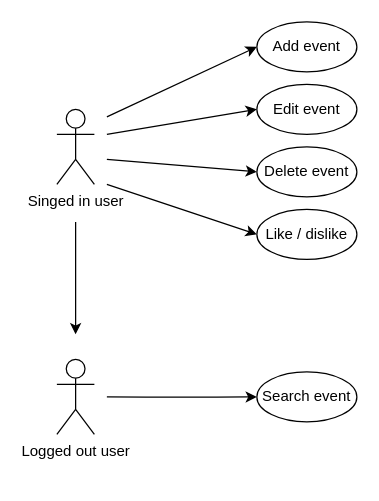
Earlier version of the draw.io diagram page "use-case" (1 of 2) of Diagrams.drawio (xbabka01/-Drinkward). Source tidied: cells renumbered, new cells numbered last; positions are measured from the earlier drawing's top-left corner, leaving out a move shared by most shapes. Both pictures are drawn from the tidied source at 125%, with x=0, y=0 at pixel (56, 21).
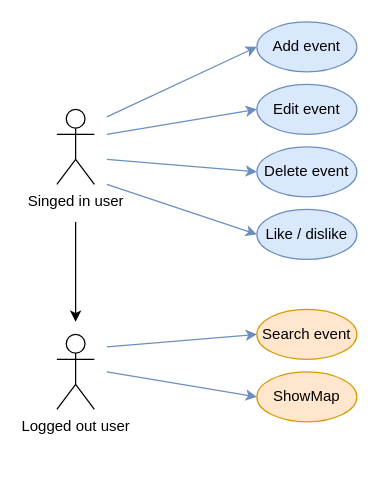
The same diagram, later.

Change to the diagram source:
```diff
@@
-    <mxCell id="2" style="jettySize=auto;html=1;entryX=0;entryY=0.5;entryDx=0;entryDy=0;startArrow=none;startFill=0;" parent="1" edge="1" target="9">
+    <mxCell id="2" style="jettySize=auto;html=1;entryX=0;entryY=0.5;entryDx=0;entryDy=0;startArrow=none;startFill=0;fillColor=#dae8fc;strokeColor=#6c8ebf;" parent="1" edge="1" target="9">
       <mxGeometry relative="1" as="geometry">
         <mxPoint x="40" y="76" as="sourcePoint" />
       </mxGeometry>
     </mxCell>
-    <mxCell id="3" style="jettySize=auto;html=1;entryX=0;entryY=0.5;entryDx=0;entryDy=0;" parent="1" edge="1" target="10">
+    <mxCell id="3" style="jettySize=auto;html=1;entryX=0;entryY=0.5;entryDx=0;entryDy=0;fillColor=#dae8fc;strokeColor=#6c8ebf;" parent="1" edge="1" target="10">
       <mxGeometry relative="1" as="geometry">
         <mxPoint x="40" y="110" as="sourcePoint" />
       </mxGeometry>
     </mxCell>
-    <mxCell id="4" style="jettySize=auto;html=1;entryX=0;entryY=0.5;entryDx=0;entryDy=0;" parent="1" edge="1" target="13">
+    <mxCell id="4" style="jettySize=auto;html=1;entryX=0;entryY=0.5;entryDx=0;entryDy=0;fillColor=#dae8fc;strokeColor=#6c8ebf;" parent="1" edge="1" target="13">
       <mxGeometry relative="1" as="geometry">
         <mxPoint x="40" y="130" as="sourcePoint" />
       </mxGeometry>
     </mxCell>
     <mxCell id="5" style="edgeStyle=orthogonalEdgeStyle;curved=1;orthogonalLoop=1;jettySize=auto;html=1;" parent="1" edge="1">
       <mxGeometry relative="1" as="geometry">
         <mxPoint x="15" y="160" as="sourcePoint" />
-        <mxPoint x="15" y="250" as="targetPoint" />
+        <mxPoint x="15" y="240" as="targetPoint" />
       </mxGeometry>
     </mxCell>
@@
-    <mxCell id="7" style="edgeStyle=orthogonalEdgeStyle;curved=1;jettySize=auto;html=1;entryX=0;entryY=0.5;entryDx=0;entryDy=0;" parent="1" edge="1" target="11">
-      <mxGeometry relative="1" as="geometry">
-        <mxPoint x="40" y="300" as="sourcePoint" />
-      </mxGeometry>
-    </mxCell>
     <mxCell id="8" value="&lt;div&gt;Logged out user&lt;/div&gt;&lt;div&gt;&lt;br&gt;&lt;/div&gt;" style="shape=umlActor;verticalLabelPosition=bottom;verticalAlign=top;html=1;" parent="1" vertex="1">
-      <mxGeometry y="270" width="30" height="60" as="geometry" />
+      <mxGeometry y="250" width="30" height="60" as="geometry" />
     </mxCell>
-    <mxCell id="9" value="&lt;div&gt;Add event&lt;/div&gt;" style="ellipse;whiteSpace=wrap;html=1;" parent="1" vertex="1">
+    <mxCell id="9" value="&lt;div&gt;Add event&lt;/div&gt;" style="ellipse;whiteSpace=wrap;html=1;fillColor=#dae8fc;strokeColor=#6c8ebf;" parent="1" vertex="1">
       <mxGeometry x="160" width="80" height="40" as="geometry" />
     </mxCell>
-    <mxCell id="10" value="&lt;div&gt;Delete event&lt;/div&gt;" style="ellipse;whiteSpace=wrap;html=1;" parent="1" vertex="1">
+    <mxCell id="10" value="&lt;div&gt;Delete event&lt;/div&gt;" style="ellipse;whiteSpace=wrap;html=1;fillColor=#dae8fc;strokeColor=#6c8ebf;" parent="1" vertex="1">
       <mxGeometry x="160" y="100" width="80" height="40" as="geometry" />
     </mxCell>
-    <mxCell id="11" value="&lt;div&gt;Search event&lt;/div&gt;" style="ellipse;whiteSpace=wrap;html=1;" parent="1" vertex="1">
-      <mxGeometry x="160" y="280" width="80" height="40" as="geometry" />
+    <mxCell id="11" value="&lt;div&gt;Search event&lt;/div&gt;" style="ellipse;whiteSpace=wrap;html=1;fillColor=#ffe6cc;strokeColor=#d79b00;" parent="1" vertex="1">
+      <mxGeometry x="160" y="230" width="80" height="40" as="geometry" />
     </mxCell>
-    <mxCell id="12" value="&lt;div&gt;Edit event&lt;/div&gt;" style="ellipse;whiteSpace=wrap;html=1;" parent="1" vertex="1">
+    <mxCell id="12" value="&lt;div&gt;Edit event&lt;/div&gt;" style="ellipse;whiteSpace=wrap;html=1;fillColor=#dae8fc;strokeColor=#6c8ebf;" parent="1" vertex="1">
       <mxGeometry x="160" y="50" width="80" height="40" as="geometry" />
     </mxCell>
-    <mxCell id="13" value="&lt;div&gt;Like / dislike&lt;/div&gt;" style="ellipse;whiteSpace=wrap;html=1;" parent="1" vertex="1">
+    <mxCell id="13" value="&lt;div&gt;Like / dislike&lt;/div&gt;" style="ellipse;whiteSpace=wrap;html=1;fillColor=#dae8fc;strokeColor=#6c8ebf;" parent="1" vertex="1">
       <mxGeometry x="160" y="150" width="80" height="40" as="geometry" />
     </mxCell>
-    <mxCell id="14" style="jettySize=auto;html=1;entryX=0;entryY=0.5;entryDx=0;entryDy=0;" parent="1" edge="1" target="12">
+    <mxCell id="14" style="jettySize=auto;html=1;entryX=0;entryY=0.5;entryDx=0;entryDy=0;fillColor=#dae8fc;strokeColor=#6c8ebf;" parent="1" edge="1" target="12">
       <mxGeometry relative="1" as="geometry">
         <mxPoint x="40" y="90" as="sourcePoint" />
       </mxGeometry>
     </mxCell>
+    <mxCell id="15" value="&lt;div&gt;ShowMap&lt;/div&gt;" style="ellipse;whiteSpace=wrap;html=1;fillColor=#ffe6cc;strokeColor=#d79b00;" parent="1" vertex="1">
+      <mxGeometry x="160" y="280" width="80" height="40" as="geometry" />
+    </mxCell>
+    <mxCell id="16" style="jettySize=auto;html=1;entryX=0;entryY=0.5;entryDx=0;entryDy=0;fillColor=#dae8fc;strokeColor=#6c8ebf;" parent="1" edge="1" target="11">
+      <mxGeometry relative="1" as="geometry">
+        <mxPoint x="40" y="260" as="sourcePoint" />
+      </mxGeometry>
+    </mxCell>
+    <mxCell id="17" style="jettySize=auto;html=1;entryX=0;entryY=0.5;entryDx=0;entryDy=0;fillColor=#dae8fc;strokeColor=#6c8ebf;" parent="1" edge="1" target="15">
+      <mxGeometry relative="1" as="geometry">
+        <mxPoint x="40" y="280" as="sourcePoint" />
+      </mxGeometry>
+    </mxCell>
```
